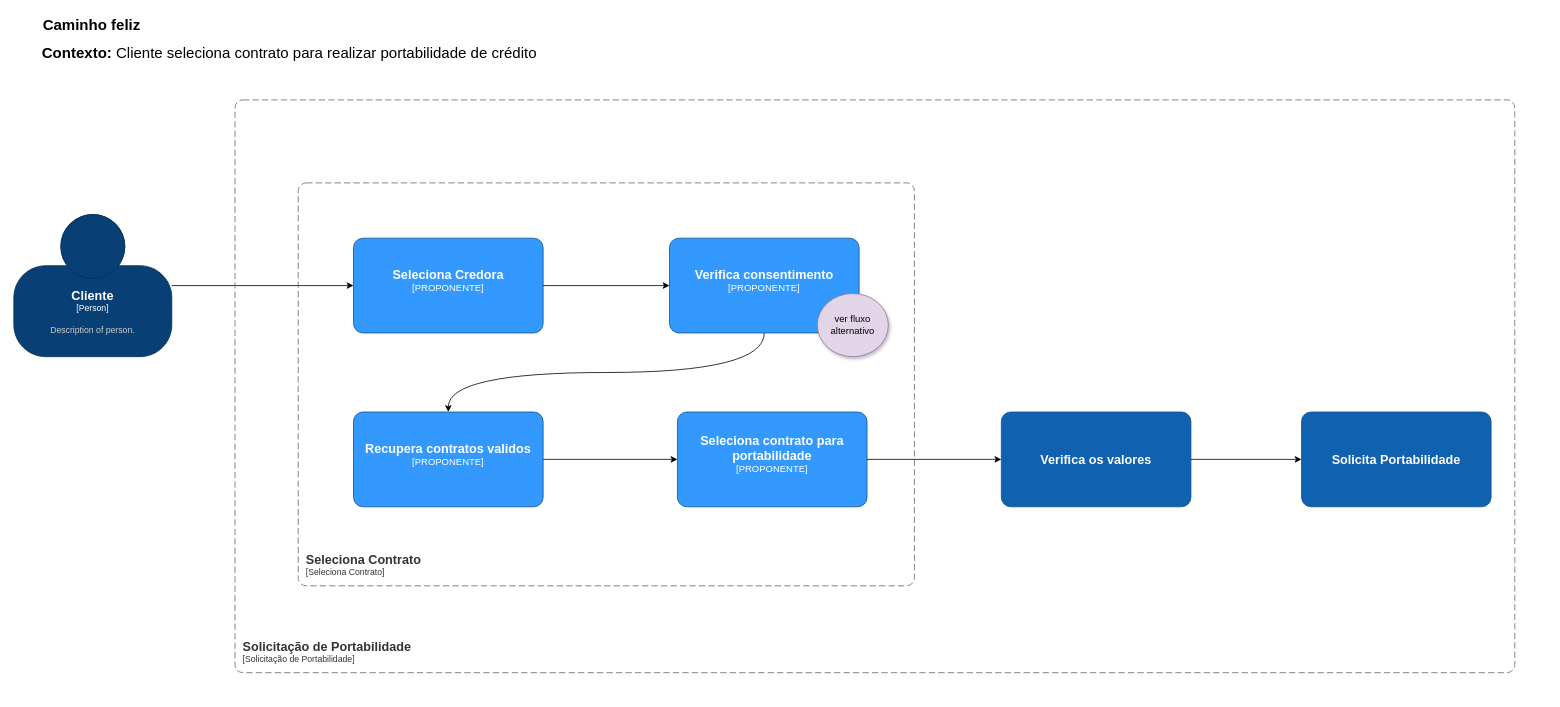
Before: page "Contrato" (4 of 17) of portabilidade_credito.drawio in andreferreiratrindade/portabilidade_credito_draw, a draw.io diagram. Source tidied: cells renumbered, new cells numbered last; positions are measured from the earlier drawing's top-left corner, leaving out a move shared by most shapes. Both pictures are drawn from the tidied source at 79%, with x=0, y=0 at pixel (13, 13).
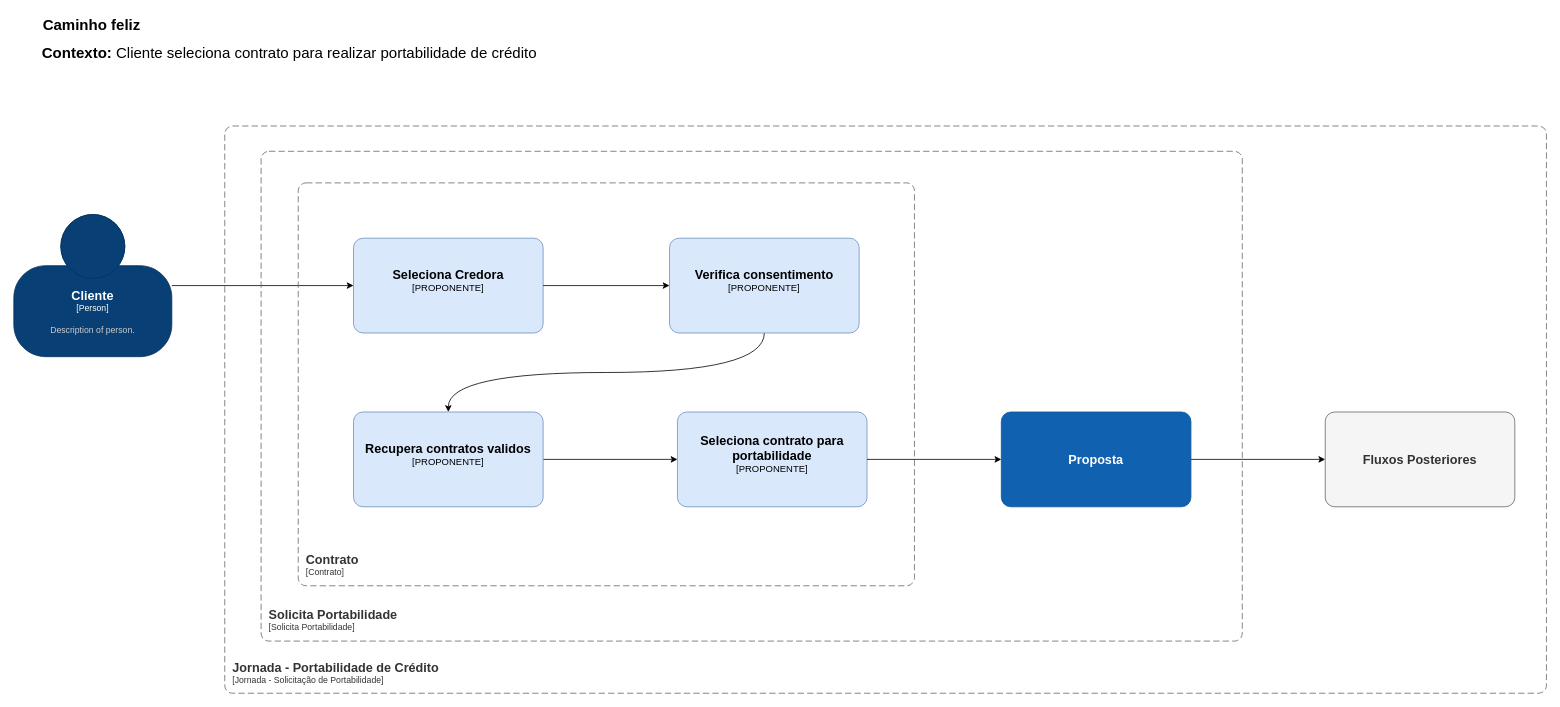
Above is the later version.

Diff of the diagram source:
```diff
@@
-    <object id="4" label="&lt;font style=&quot;font-size: 16px&quot;&gt;&lt;b&gt;&lt;div style=&quot;text-align: left&quot;&gt;%c4Name%&lt;/div&gt;&lt;/b&gt;&lt;/font&gt;&lt;div style=&quot;text-align: left&quot;&gt;[%c4Application%]&lt;/div&gt;" c4Application="Solicitação de Portabilidade" c4Name="Solicitação de Portabilidade" placeholders="1">
+    <object id="4" label="&lt;font style=&quot;font-size: 16px&quot;&gt;&lt;b&gt;&lt;div style=&quot;text-align: left&quot;&gt;%c4Name%&lt;/div&gt;&lt;/b&gt;&lt;/font&gt;&lt;div style=&quot;text-align: left&quot;&gt;[%c4Application%]&lt;/div&gt;" c4Application="Solicita Portabilidade" c4Name="Solicita Portabilidade" placeholders="1">
       <mxCell style="rounded=1;fontSize=11;whiteSpace=wrap;html=1;dashed=1;arcSize=20;fillColor=none;strokeColor=#666666;fontColor=#333333;labelBackgroundColor=none;align=left;verticalAlign=bottom;labelBorderColor=none;spacingTop=0;spacing=10;dashPattern=8 4;perimeter=rectanglePerimeter;noLabel=0;labelPadding=0;absoluteArcSize=1;" parent="1" vertex="1">
-        <mxGeometry x="280" y="109" width="1620" height="725" as="geometry" />
+        <mxGeometry x="313" y="174" width="1242" height="620" as="geometry" />
       </mxCell>
     </object>
-    <object id="5" label="&lt;font style=&quot;font-size: 16px&quot;&gt;&lt;b&gt;&lt;div style=&quot;text-align: left&quot;&gt;%c4Name%&lt;/div&gt;&lt;/b&gt;&lt;/font&gt;&lt;div style=&quot;text-align: left&quot;&gt;[%c4Application%]&lt;/div&gt;" c4Application="Seleciona Contrato" c4Name="Seleciona Contrato" placeholders="1">
+    <object id="5" label="&lt;font style=&quot;font-size: 16px&quot;&gt;&lt;b&gt;&lt;div style=&quot;text-align: left&quot;&gt;%c4Name%&lt;/div&gt;&lt;/b&gt;&lt;/font&gt;&lt;div style=&quot;text-align: left&quot;&gt;[%c4Application%]&lt;/div&gt;" c4Application="Contrato" c4Name="Contrato" placeholders="1">
       <mxCell style="rounded=1;fontSize=11;whiteSpace=wrap;html=1;dashed=1;arcSize=20;fillColor=none;strokeColor=#666666;fontColor=#333333;labelBackgroundColor=none;align=left;verticalAlign=bottom;labelBorderColor=none;spacingTop=0;spacing=10;dashPattern=8 4;perimeter=rectanglePerimeter;noLabel=0;labelPadding=0;absoluteArcSize=1;" parent="1" vertex="1">
         <mxGeometry x="360" y="214" width="780" height="510" as="geometry" />
       </mxCell>
     </object>
     <object id="6" label="&lt;font style=&quot;font-size: 16px&quot;&gt;&lt;b&gt;%c4Name%&lt;/b&gt;&lt;/font&gt;&lt;div&gt;[%c4Type%]&lt;/div&gt;&lt;br&gt;&lt;div&gt;&lt;font style=&quot;font-size: 11px&quot;&gt;&lt;font color=&quot;#cccccc&quot;&gt;%c4Description%&lt;/font&gt;&lt;/div&gt;" c4Description="" c4Name="Seleciona Credora" c4Type="PROPONENTE" placeholders="1">
-      <mxCell style="rounded=1;whiteSpace=wrap;html=1;labelBackgroundColor=none;fillColor=#3399FF;fontColor=#ffffff;align=center;arcSize=10;strokeColor=#0D5091;points=[[0.25,0,0],[0.5,0,0],[0.75,0,0],[1,0.25,0],[1,0.5,0],[1,0.75,0],[0.75,1,0],[0.5,1,0],[0.25,1,0],[0,0.75,0],[0,0.5,0],[0,0.25,0]];" parent="1" vertex="1">
+      <mxCell style="rounded=1;whiteSpace=wrap;html=1;labelBackgroundColor=none;fillColor=#dae8fc;align=center;arcSize=10;strokeColor=#6c8ebf;points=[[0.25,0,0],[0.5,0,0],[0.75,0,0],[1,0.25,0],[1,0.5,0],[1,0.75,0],[0.75,1,0],[0.5,1,0],[0.25,1,0],[0,0.75,0],[0,0.5,0],[0,0.25,0]];" parent="1" vertex="1">
         <mxGeometry x="430" y="284" width="240" height="120" as="geometry" />
       </mxCell>
     </object>
@@
     <object id="8" label="&lt;font style=&quot;font-size: 16px&quot;&gt;&lt;b&gt;%c4Name%&lt;/b&gt;&lt;/font&gt;&lt;div&gt;[%c4Type%]&lt;/div&gt;&lt;br&gt;&lt;div&gt;&lt;font style=&quot;font-size: 11px&quot;&gt;&lt;font color=&quot;#cccccc&quot;&gt;%c4Description%&lt;/font&gt;&lt;/div&gt;" c4Description="" c4Name="Verifica consentimento" c4Type="PROPONENTE" placeholders="1">
-      <mxCell style="rounded=1;whiteSpace=wrap;html=1;labelBackgroundColor=none;fillColor=#3399FF;fontColor=#ffffff;align=center;arcSize=10;strokeColor=#0D5091;points=[[0.25,0,0],[0.5,0,0],[0.75,0,0],[1,0.25,0],[1,0.5,0],[1,0.75,0],[0.75,1,0],[0.5,1,0],[0.25,1,0],[0,0.75,0],[0,0.5,0],[0,0.25,0]];" parent="1" vertex="1">
+      <mxCell style="rounded=1;whiteSpace=wrap;html=1;labelBackgroundColor=none;fillColor=#dae8fc;align=center;arcSize=10;strokeColor=#6c8ebf;points=[[0.25,0,0],[0.5,0,0],[0.75,0,0],[1,0.25,0],[1,0.5,0],[1,0.75,0],[0.75,1,0],[0.5,1,0],[0.25,1,0],[0,0.75,0],[0,0.5,0],[0,0.25,0]];" parent="1" vertex="1">
         <mxGeometry x="830" y="284" width="240" height="120" as="geometry" />
       </mxCell>
     </object>
@@
     <object id="11" label="&lt;font style=&quot;font-size: 16px&quot;&gt;&lt;b&gt;%c4Name%&lt;/b&gt;&lt;/font&gt;&lt;div&gt;[%c4Type%]&lt;/div&gt;&lt;br&gt;&lt;div&gt;&lt;font style=&quot;font-size: 11px&quot;&gt;&lt;font color=&quot;#cccccc&quot;&gt;%c4Description%&lt;/font&gt;&lt;/div&gt;" c4Description="" c4Name="Recupera contratos validos" c4Type="PROPONENTE" placeholders="1">
-      <mxCell style="rounded=1;whiteSpace=wrap;html=1;labelBackgroundColor=none;fillColor=#3399FF;fontColor=#ffffff;align=center;arcSize=10;strokeColor=#0D5091;points=[[0.25,0,0],[0.5,0,0],[0.75,0,0],[1,0.25,0],[1,0.5,0],[1,0.75,0],[0.75,1,0],[0.5,1,0],[0.25,1,0],[0,0.75,0],[0,0.5,0],[0,0.25,0]];" parent="1" vertex="1">
+      <mxCell style="rounded=1;whiteSpace=wrap;html=1;labelBackgroundColor=none;fillColor=#dae8fc;align=center;arcSize=10;strokeColor=#6c8ebf;points=[[0.25,0,0],[0.5,0,0],[0.75,0,0],[1,0.25,0],[1,0.5,0],[1,0.75,0],[0.75,1,0],[0.5,1,0],[0.25,1,0],[0,0.75,0],[0,0.5,0],[0,0.25,0]];" parent="1" vertex="1">
         <mxGeometry x="430" y="504" width="240" height="120" as="geometry" />
       </mxCell>
     </object>
     <object id="12" label="&lt;font style=&quot;font-size: 16px&quot;&gt;&lt;b&gt;%c4Name%&lt;/b&gt;&lt;/font&gt;&lt;div&gt;[%c4Type%]&lt;/div&gt;&lt;br&gt;&lt;div&gt;&lt;font style=&quot;font-size: 11px&quot;&gt;&lt;font color=&quot;#cccccc&quot;&gt;%c4Description%&lt;/font&gt;&lt;/div&gt;" c4Description="" c4Name="Seleciona contrato para portabilidade" c4Type="PROPONENTE" placeholders="1">
-      <mxCell style="rounded=1;whiteSpace=wrap;html=1;labelBackgroundColor=none;fillColor=#3399FF;fontColor=#ffffff;align=center;arcSize=10;strokeColor=#0D5091;points=[[0.25,0,0],[0.5,0,0],[0.75,0,0],[1,0.25,0],[1,0.5,0],[1,0.75,0],[0.75,1,0],[0.5,1,0],[0.25,1,0],[0,0.75,0],[0,0.5,0],[0,0.25,0]];" parent="1" vertex="1">
+      <mxCell style="rounded=1;whiteSpace=wrap;html=1;labelBackgroundColor=none;fillColor=#dae8fc;align=center;arcSize=10;strokeColor=#6c8ebf;points=[[0.25,0,0],[0.5,0,0],[0.75,0,0],[1,0.25,0],[1,0.5,0],[1,0.75,0],[0.75,1,0],[0.5,1,0],[0.25,1,0],[0,0.75,0],[0,0.5,0],[0,0.25,0]];" parent="1" vertex="1">
         <mxGeometry x="840" y="504" width="240" height="120" as="geometry" />
       </mxCell>
     </object>
-    <mxCell id="13" style="edgeStyle=orthogonalEdgeStyle;rounded=0;jettySize=auto;html=1;" parent="1" edge="1" source="14" target="16">
-      <mxGeometry relative="1" as="geometry" />
-    </mxCell>
+    <mxCell id="20" style="edgeStyle=none;html=1;entryX=0;entryY=0.5;entryDx=0;entryDy=0;entryPerimeter=0;" parent="1" edge="1" source="14" target="22">
+      <mxGeometry relative="1" as="geometry" />
+    </mxCell>
-    <object id="14" label="&lt;font style=&quot;font-size: 16px&quot;&gt;&lt;b&gt;%c4Name%&lt;/b&gt;&lt;/font&gt;&lt;br&gt;&lt;div&gt;&lt;font style=&quot;font-size: 11px&quot;&gt;&lt;font color=&quot;#cccccc&quot;&gt;%c4Description%&lt;/font&gt;&lt;/div&gt;" c4Description="" c4Name="Verifica os valores" placeholders="1">
+    <object id="14" label="&lt;font style=&quot;font-size: 16px&quot;&gt;&lt;b&gt;%c4Name%&lt;/b&gt;&lt;/font&gt;&lt;br&gt;&lt;div&gt;&lt;font style=&quot;font-size: 11px&quot;&gt;&lt;font color=&quot;#cccccc&quot;&gt;%c4Description%&lt;/font&gt;&lt;/div&gt;" c4Description="" c4Name="Proposta" placeholders="1">
       <mxCell style="rounded=1;whiteSpace=wrap;html=1;labelBackgroundColor=none;fillColor=#1061B0;fontColor=#ffffff;align=center;arcSize=10;strokeColor=#0D5091;points=[[0.25,0,0],[0.5,0,0],[0.75,0,0],[1,0.25,0],[1,0.5,0],[1,0.75,0],[0.75,1,0],[0.5,1,0],[0.25,1,0],[0,0.75,0],[0,0.5,0],[0,0.25,0]];" parent="1" vertex="1">
         <mxGeometry x="1250" y="504" width="240" height="120" as="geometry" />
       </mxCell>
     </object>
@@
-    <object id="16" label="&lt;font style=&quot;font-size: 16px&quot;&gt;&lt;b&gt;%c4Name%&lt;/b&gt;&lt;/font&gt;&lt;br&gt;&lt;div&gt;&lt;font style=&quot;font-size: 11px&quot;&gt;&lt;font color=&quot;#cccccc&quot;&gt;%c4Description%&lt;/font&gt;&lt;/div&gt;" c4Description="" c4Name="Solicita Portabilidade" placeholders="1">
-      <mxCell style="rounded=1;whiteSpace=wrap;html=1;labelBackgroundColor=none;fillColor=#1061B0;fontColor=#ffffff;align=center;arcSize=10;strokeColor=#0D5091;points=[[0.25,0,0],[0.5,0,0],[0.75,0,0],[1,0.25,0],[1,0.5,0],[1,0.75,0],[0.75,1,0],[0.5,1,0],[0.25,1,0],[0,0.75,0],[0,0.5,0],[0,0.25,0]];" parent="1" vertex="1">
-        <mxGeometry x="1630" y="504" width="240" height="120" as="geometry" />
-      </mxCell>
-    </object>
-    <mxCell id="17" value="ver fluxo alternativo" style="ellipse;whiteSpace=wrap;html=1;fillColor=#e1d5e7;strokeColor=#9673a6;shadow=1;" parent="1" vertex="1">
-      <mxGeometry x="1017" y="354" width="90" height="80" as="geometry" />
-    </mxCell>
@@
+    <object id="21" label="&lt;font style=&quot;font-size: 16px&quot;&gt;&lt;b&gt;&lt;div style=&quot;text-align: left&quot;&gt;%c4Name%&lt;/div&gt;&lt;/b&gt;&lt;/font&gt;&lt;div style=&quot;text-align: left&quot;&gt;[%c4Application%]&lt;/div&gt;" c4Application="Jornada - Solicitação de Portabilidade" c4Name="Jornada - Portabilidade de Crédito" placeholders="1">
+      <mxCell style="rounded=1;fontSize=11;whiteSpace=wrap;html=1;dashed=1;arcSize=20;fillColor=none;strokeColor=#666666;fontColor=#333333;labelBackgroundColor=none;align=left;verticalAlign=bottom;labelBorderColor=none;spacingTop=0;spacing=10;dashPattern=8 4;perimeter=rectanglePerimeter;noLabel=0;labelPadding=0;absoluteArcSize=1;" parent="1" vertex="1">
+        <mxGeometry x="267" y="142" width="1673" height="718" as="geometry" />
+      </mxCell>
+    </object>
+    <object id="22" label="&lt;font style=&quot;font-size: 16px&quot;&gt;&lt;b&gt;%c4Name%&lt;/b&gt;&lt;/font&gt;&lt;br&gt;&lt;div&gt;&lt;font style=&quot;font-size: 11px&quot;&gt;&lt;font color=&quot;#cccccc&quot;&gt;%c4Description%&lt;/font&gt;&lt;/div&gt;" c4Description="" c4Name="Fluxos Posteriores" placeholders="1">
+      <mxCell style="rounded=1;whiteSpace=wrap;html=1;labelBackgroundColor=none;fillColor=#f5f5f5;fontColor=#333333;align=center;arcSize=10;strokeColor=#666666;points=[[0.25,0,0],[0.5,0,0],[0.75,0,0],[1,0.25,0],[1,0.5,0],[1,0.75,0],[0.75,1,0],[0.5,1,0],[0.25,1,0],[0,0.75,0],[0,0.5,0],[0,0.25,0]];" parent="1" vertex="1">
+        <mxGeometry x="1660" y="504" width="240" height="120" as="geometry" />
+      </mxCell>
+    </object>
```
